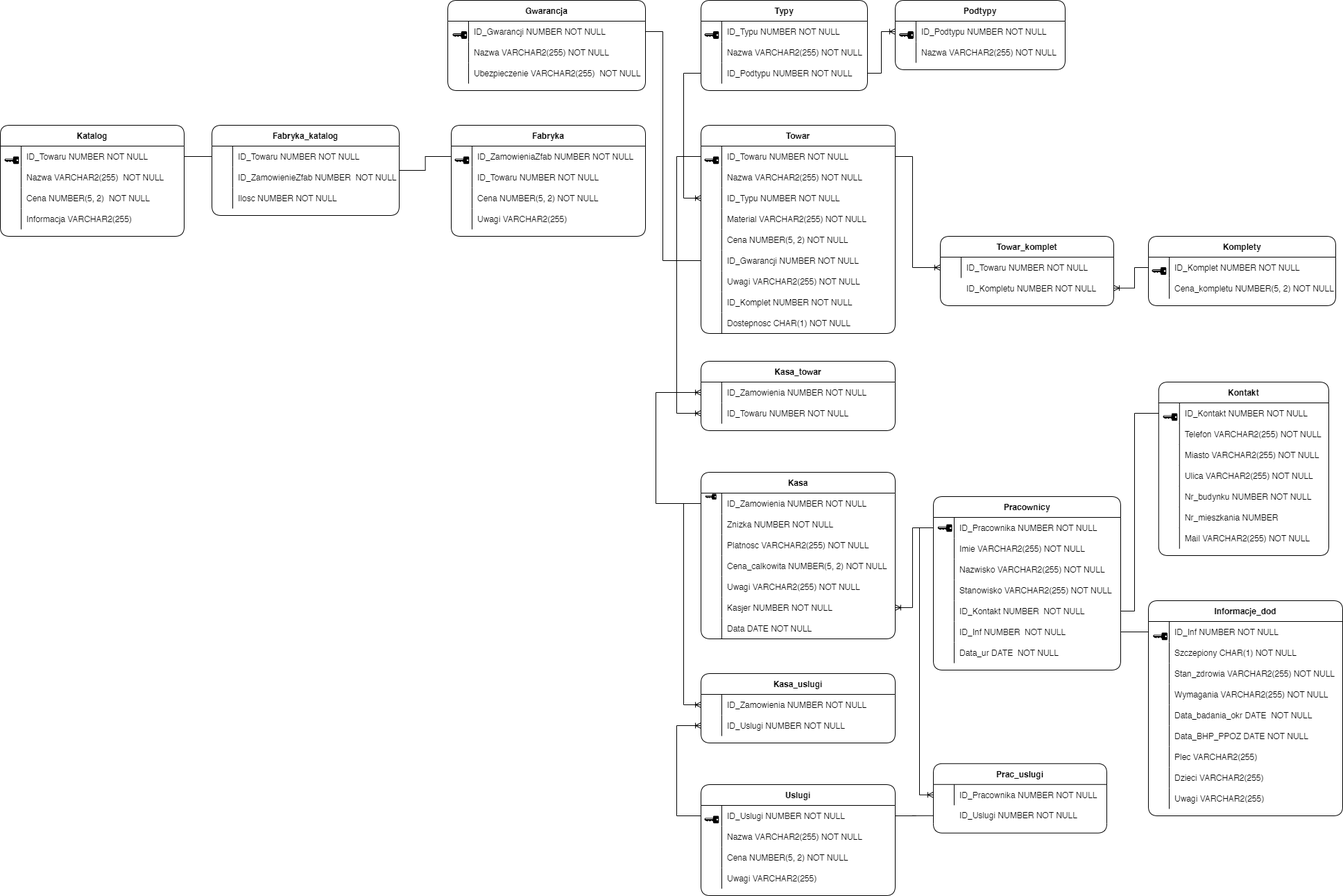
Above: projekt_bazy/diagram_sklep.drawio.png in Kubson96/Miniprojekt_BD1 (draw.io), before the change. Source tidied: cells renumbered, new cells last; positions are measured from the earlier drawing's top-left corner, leaving out a move shared by most shapes.
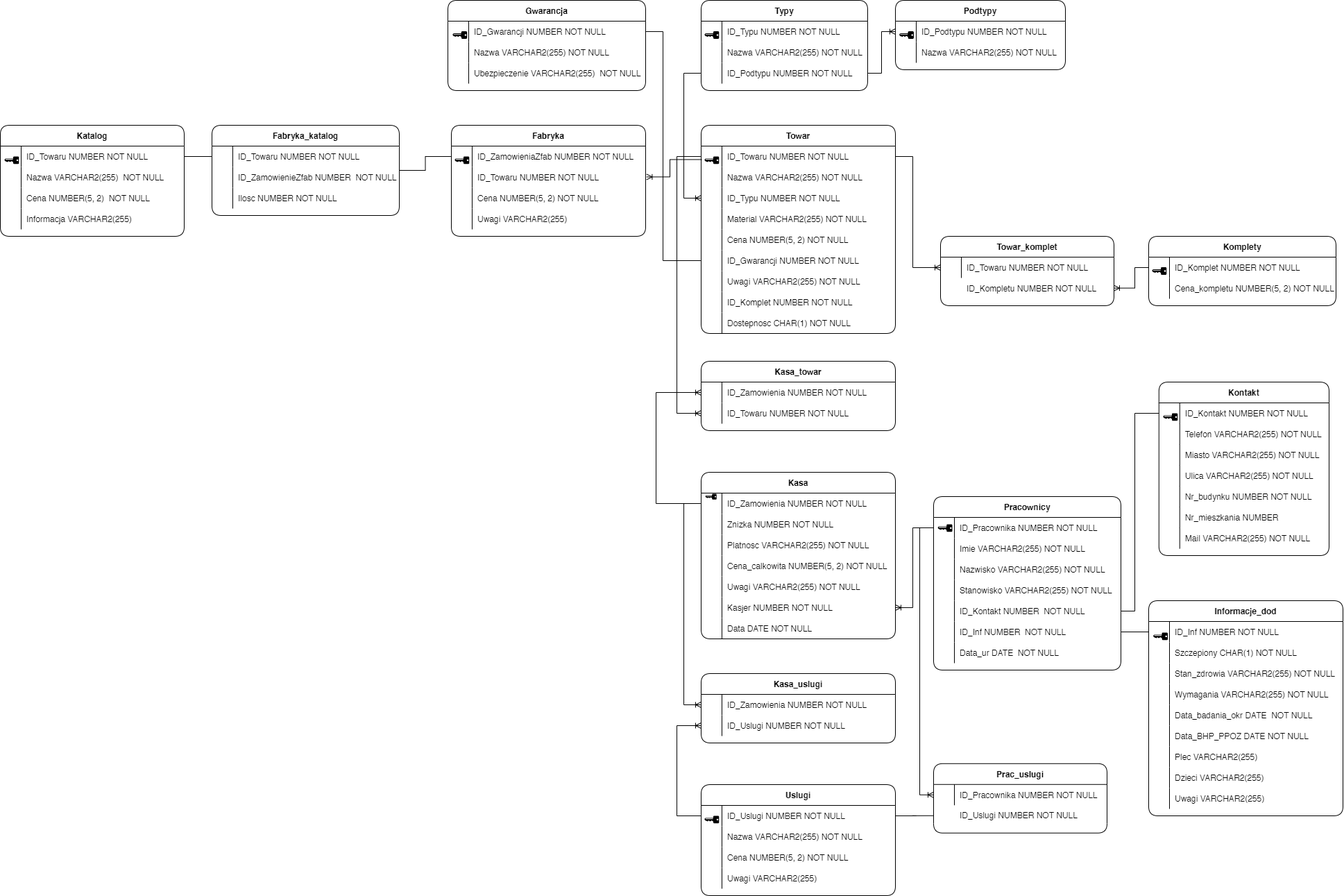
The same diagram one commit later.

Commit message:
Poprawka diagramu

Brak relacji łączącej tabele Towar z tabelą Fabryka

Change to the diagram source:
```diff
@@ -882,5 +882,13 @@
         </Array>
       </mxGeometry>
     </mxCell>
+    <mxCell id="277" style="edgeStyle=orthogonalEdgeStyle;rounded=0;jettySize=auto;html=1;startArrow=ERoneToMany;startFill=0;endArrow=none;endFill=0;startSize=6;strokeWidth=1;targetPerimeterSpacing=9;sourcePerimeterSpacing=11;entryX=0.003;entryY=0.647;entryDx=0;entryDy=0;entryPerimeter=0;exitX=1.005;exitY=0.481;exitDx=0;exitDy=0;exitPerimeter=0;" parent="1" edge="1" source="232" target="157">
+      <mxGeometry relative="1" as="geometry">
+        <Array as="points">
+          <mxPoint x="965" y="254" />
+          <mxPoint x="965" y="229" />
+        </Array>
+      </mxGeometry>
+    </mxCell>
   </root>
 </mxGraphModel>
```
